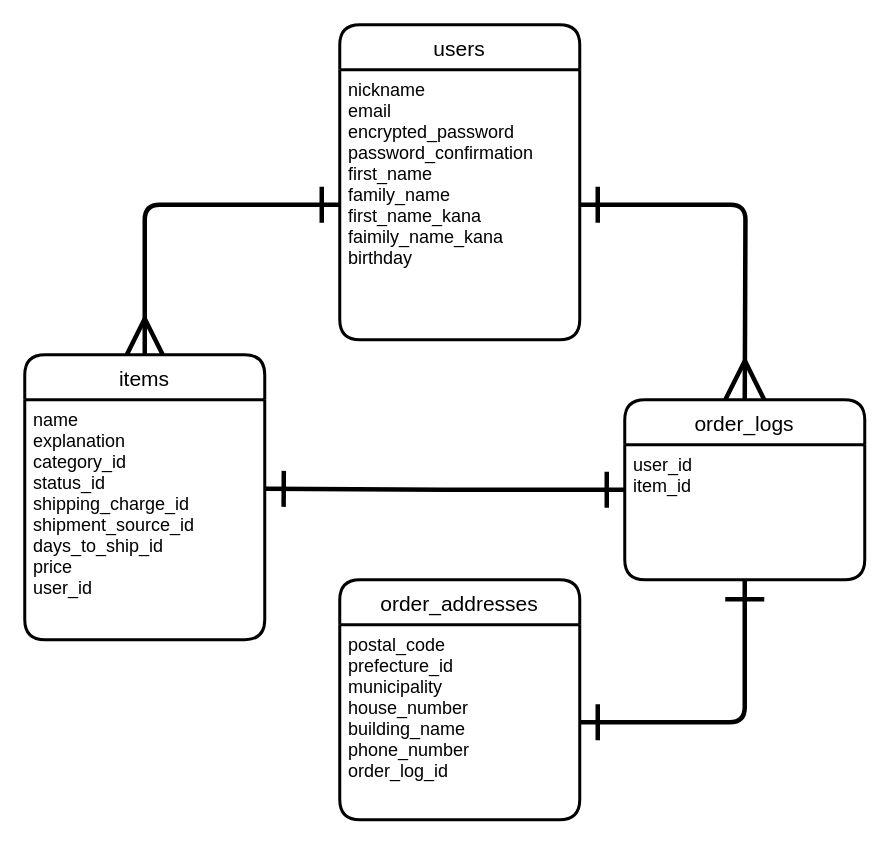
Above: test.dio in Chang-Mori/furima-30980 (draw.io), before the change. Source tidied: cells renumbered, new cells numbered last; positions are measured from the earlier drawing's top-left corner, leaving out a move shared by most shapes. Both pictures are drawn from the tidied source at 150%, with x=0, y=0 at pixel (24, 24).
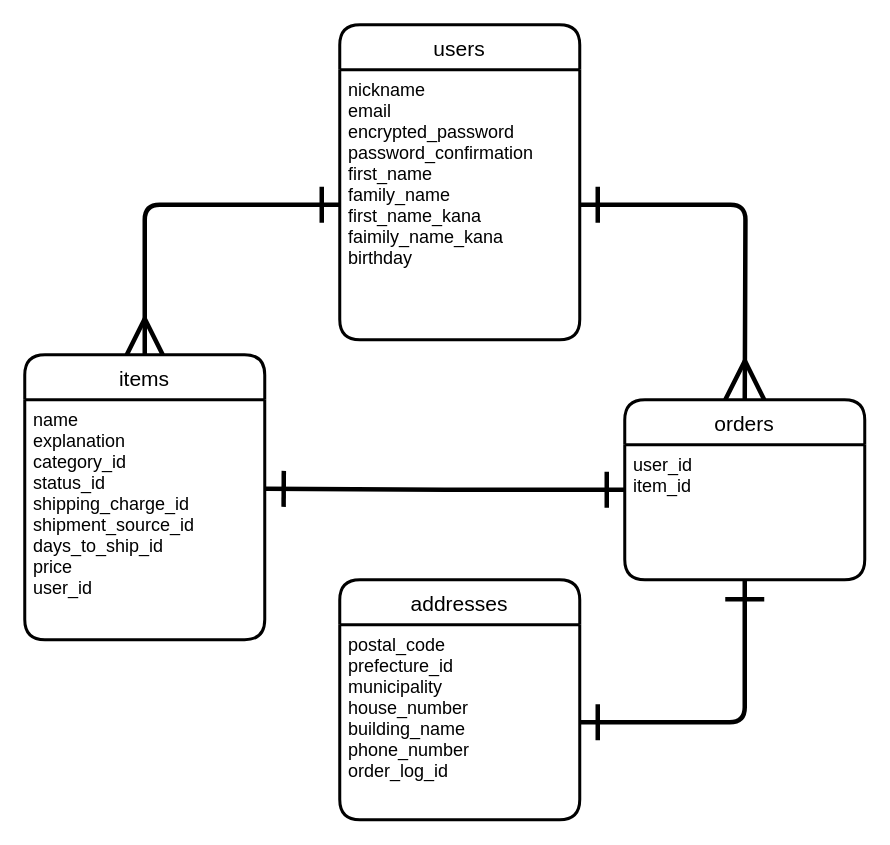
After the change.

Diff of the diagram source:
```diff
@@
 <mxGraphModel>
   <root>
     <mxCell id="0" />
     <mxCell id="1" parent="0" />
     <mxCell id="2" value="items" style="swimlane;horizontal=1;startSize=30;rounded=1;fontSize=14;fontStyle=0;strokeWidth=2;shadow=0;dashed=0;align=center;" parent="1" vertex="1">
       <mxGeometry y="220" width="160" height="190" as="geometry" />
     </mxCell>
     <mxCell id="3" value="name&#10;explanation&#10;category_id&#10;status_id&#10;shipping_charge_id&#10;shipment_source_id&#10;days_to_ship_id&#10;price&#10;user_id" style="align=left;strokeColor=none;fillColor=none;spacingLeft=4;fontSize=12;verticalAlign=top;" parent="2" vertex="1">
       <mxGeometry y="30" width="160" height="160" as="geometry" />
     </mxCell>
     <mxCell id="4" style="edgeStyle=orthogonalEdgeStyle;rounded=1;jettySize=auto;html=1;entryX=0.5;entryY=0;entryDx=0;entryDy=0;startArrow=ERone;startFill=0;startSize=20;endArrow=ERmany;endFill=0;endSize=20;strokeWidth=3;" parent="1" edge="1" source="12" target="2">
       <mxGeometry relative="1" as="geometry" />
     </mxCell>
-    <mxCell id="5" value="order_addresses" style="swimlane;horizontal=1;startSize=30;rounded=1;fontSize=14;fontStyle=0;strokeWidth=2;shadow=0;dashed=0;align=center;" parent="1" vertex="1">
+    <mxCell id="5" value="addresses" style="swimlane;horizontal=1;startSize=30;rounded=1;fontSize=14;fontStyle=0;strokeWidth=2;shadow=0;dashed=0;align=center;" parent="1" vertex="1">
       <mxGeometry x="210" y="370" width="160" height="160" as="geometry" />
     </mxCell>
     <mxCell id="6" value="postal_code&#10;prefecture_id&#10;municipality&#10;house_number&#10;building_name&#10;phone_number&#10;order_log_id" style="align=left;strokeColor=none;fillColor=none;spacingLeft=4;fontSize=12;verticalAlign=top;" parent="5" vertex="1">
       <mxGeometry y="30" width="160" height="130" as="geometry" />
     </mxCell>
     <mxCell id="7" style="edgeStyle=orthogonalEdgeStyle;rounded=0;jettySize=auto;html=1;exitX=0;exitY=0.5;exitDx=0;exitDy=0;entryX=1.004;entryY=0.371;entryDx=0;entryDy=0;entryPerimeter=0;endArrow=ERone;endFill=0;startArrow=ERone;startFill=0;strokeWidth=3;targetPerimeterSpacing=1;sourcePerimeterSpacing=2;startSize=20;endSize=20;" parent="1" edge="1" source="8" target="3">
       <mxGeometry relative="1" as="geometry" />
     </mxCell>
-    <mxCell id="8" value="order_logs" style="swimlane;horizontal=1;startSize=30;rounded=1;fontSize=14;fontStyle=0;strokeWidth=2;shadow=0;dashed=0;align=center;" parent="1" vertex="1">
+    <mxCell id="8" value="orders" style="swimlane;horizontal=1;startSize=30;rounded=1;fontSize=14;fontStyle=0;strokeWidth=2;shadow=0;dashed=0;align=center;" parent="1" vertex="1">
       <mxGeometry x="400" y="250" width="160" height="120" as="geometry" />
     </mxCell>
     <mxCell id="9" value="user_id&#10;item_id&#10;" style="align=left;strokeColor=none;fillColor=none;spacingLeft=4;fontSize=12;verticalAlign=top;" parent="8" vertex="1">
       <mxGeometry y="30" width="160" height="90" as="geometry" />
     </mxCell>
     <mxCell id="10" style="edgeStyle=orthogonalEdgeStyle;jettySize=auto;html=1;entryX=0.5;entryY=0;entryDx=0;entryDy=0;endArrow=ERmany;endFill=0;rounded=1;startArrow=ERone;startFill=0;endSize=22;startSize=20;exitX=1;exitY=0.5;exitDx=0;exitDy=0;strokeWidth=3;" parent="8" edge="1" source="12">
       <mxGeometry relative="1" as="geometry">
         <mxPoint x="80" as="targetPoint" />
       </mxGeometry>
     </mxCell>
     <mxCell id="11" value="users" style="swimlane;horizontal=1;startSize=30;rounded=1;fontSize=14;fontStyle=0;strokeWidth=2;shadow=0;dashed=0;align=center;" parent="1" vertex="1">
       <mxGeometry x="210" width="160" height="210" as="geometry" />
     </mxCell>
     <mxCell id="12" value="nickname&#10;email&#10;encrypted_password&#10;password_confirmation&#10;first_name&#10;family_name&#10;first_name_kana&#10;faimily_name_kana&#10;birthday&#10;" style="align=left;strokeColor=none;fillColor=none;spacingLeft=4;fontSize=12;verticalAlign=top;" parent="11" vertex="1">
       <mxGeometry y="30" width="160" height="180" as="geometry" />
     </mxCell>
     <mxCell id="13" style="edgeStyle=orthogonalEdgeStyle;jettySize=auto;html=1;endArrow=ERone;endFill=0;rounded=1;startArrow=ERone;startFill=0;endSize=22;startSize=20;strokeWidth=3;entryX=0.5;entryY=1;entryDx=0;entryDy=0;" parent="1" edge="1" source="6" target="9">
       <mxGeometry relative="1" as="geometry" />
     </mxCell>
   </root>
 </mxGraphModel>
```
